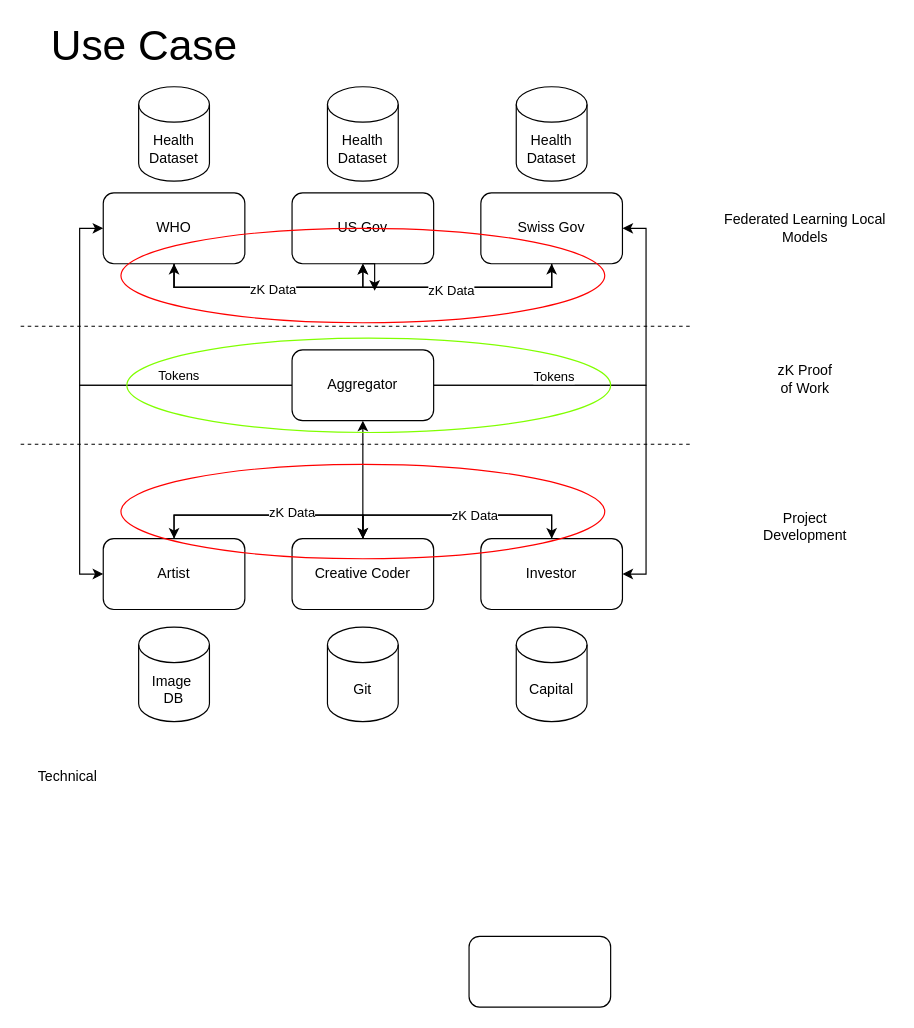
guillaumelauzier/zkml-montreal keeps this draw.io diagram as zkml.drawio. Above is the earlier version. Source tidied: cells renumbered, new cells numbered last; positions are measured from the earlier drawing's top-left corner, leaving out a move shared by most shapes. Both pictures are drawn from the tidied source at 118%, with x=0, y=0 at pixel (20, 27).
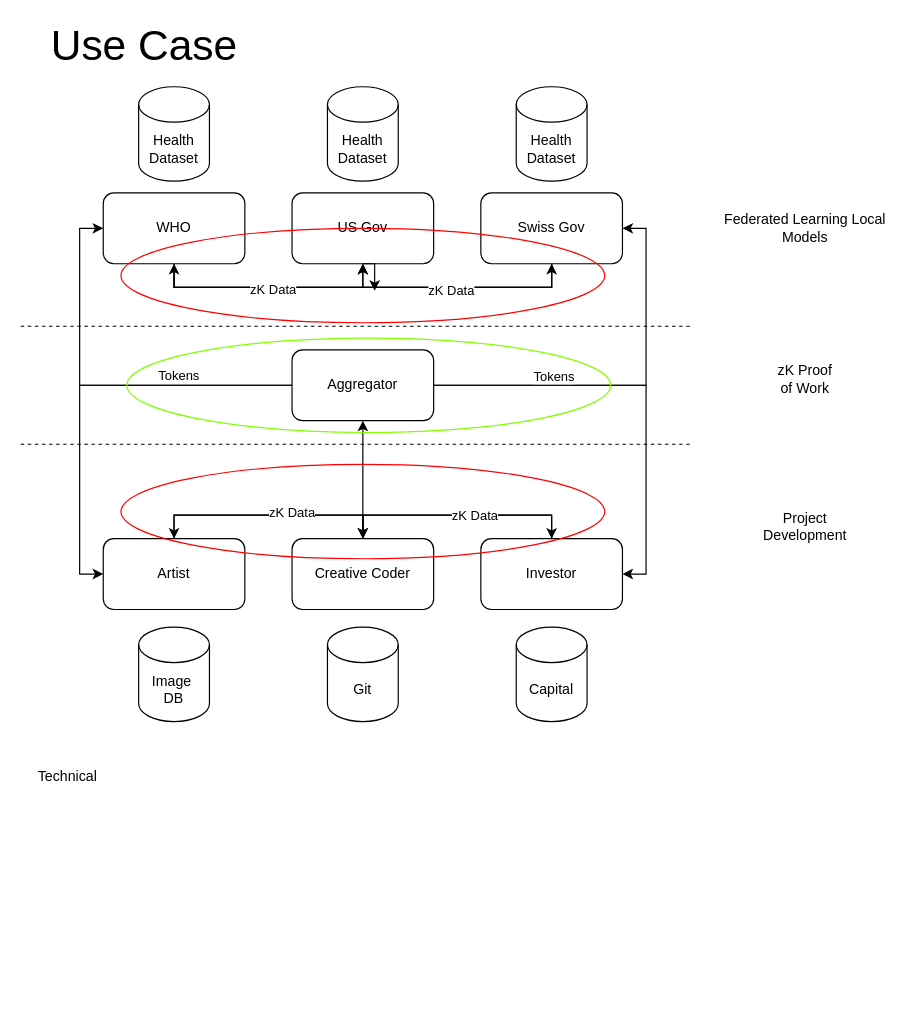
Above is the later version.

Diff of the diagram source:
```diff
@@
-    <mxCell id="42" style="rounded=1;whiteSpace=wrap;html=1;" parent="1" vertex="1">
-      <mxGeometry x="380" y="770" width="120" height="60" as="geometry" />
-    </mxCell>
```
